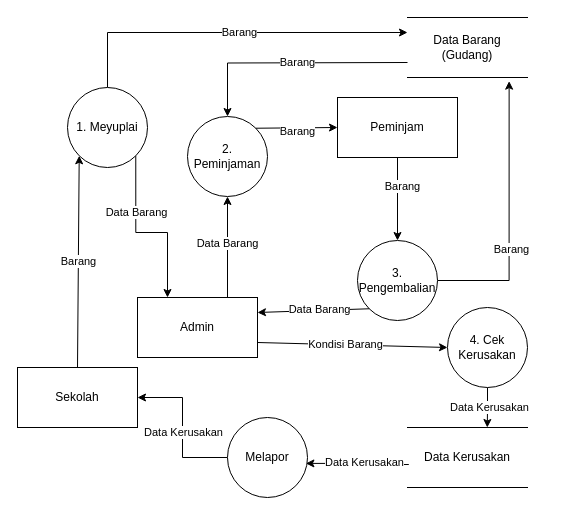
Sacrit38/CPP-Ponggame keeps this draw.io diagram as Untitled Diagram.drawio. Above is the earlier version. Source tidied: cells renumbered, new cells numbered last; positions are measured from the earlier drawing's top-left corner, leaving out a move shared by most shapes. Both pictures are drawn from the tidied source at 100%, with x=0, y=0 at pixel (17, 17).
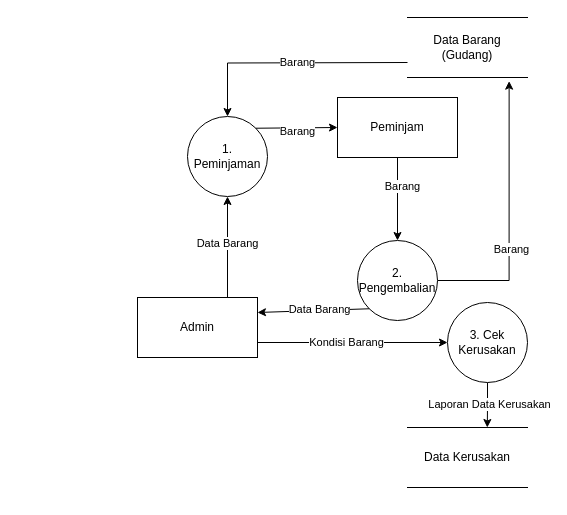
The same diagram, later.

The change refers to these unchanged cells:
```xml
<mxCell id="12" style="edgeStyle=orthogonalEdgeStyle;rounded=0;jettySize=auto;html=1;exitX=0.5;exitY=1;exitDx=0;exitDy=0;entryX=0.665;entryY=0;entryDx=0;entryDy=0;entryPerimeter=0;" parent="1" edge="1" source="14" target="31">
  <mxGeometry relative="1" as="geometry" />
</mxCell>
<mxCell id="20" value="Admin" style="rounded=0;whiteSpace=wrap;html=1;" parent="1" vertex="1">
  <mxGeometry x="120" y="280" width="120" height="60" as="geometry" />
</mxCell>
<mxCell id="30" value="Data Barang (Gudang)" style="shape=partialRectangle;whiteSpace=wrap;html=1;left=0;right=0;fillColor=none;" parent="1" vertex="1">
  <mxGeometry x="390" width="120" height="60" as="geometry" />
</mxCell>
<mxCell id="31" value="Data Kerusakan" style="shape=partialRectangle;whiteSpace=wrap;html=1;left=0;right=0;fillColor=none;" parent="1" vertex="1">
  <mxGeometry x="390" y="410" width="120" height="60" as="geometry" />
</mxCell>
```

Change to the diagram source:
```diff
@@
-    <mxCell id="4" style="edgeStyle=orthogonalEdgeStyle;rounded=0;jettySize=auto;html=1;exitX=0.5;exitY=0;exitDx=0;exitDy=0;entryX=0;entryY=0.25;entryDx=0;entryDy=0;" parent="1" edge="1" source="17" target="30">
-      <mxGeometry relative="1" as="geometry">
-        <Array as="points">
-          <mxPoint x="90" y="15" />
-        </Array>
-      </mxGeometry>
-    </mxCell>
-    <mxCell id="5" value="Barang" style="edgeLabel;html=1;align=center;verticalAlign=middle;" parent="4" vertex="1">
-      <mxGeometry x="0.05" relative="1" as="geometry" />
-    </mxCell>
@@
-    <mxCell id="8" value="2. Peminjaman" style="ellipse;whiteSpace=wrap;html=1;" parent="1" vertex="1">
+    <mxCell id="8" value="1. Peminjaman" style="ellipse;whiteSpace=wrap;html=1;" parent="1" vertex="1">
       <mxGeometry x="170" y="99" width="80" height="80" as="geometry" />
     </mxCell>
@@
-    <mxCell id="11" value="3. Pengembalian" style="ellipse;whiteSpace=wrap;html=1;" parent="1" vertex="1">
+    <mxCell id="11" value="2. Pengembalian" style="ellipse;whiteSpace=wrap;html=1;" parent="1" vertex="1">
       <mxGeometry x="340" y="223" width="80" height="80" as="geometry" />
     </mxCell>
@@
-    <mxCell id="13" value="Data Kerusakan" style="edgeLabel;html=1;align=center;verticalAlign=middle;" parent="12" vertex="1">
+    <mxCell id="13" value="Laporan Data Kerusakan" style="edgeLabel;html=1;align=center;verticalAlign=middle;" parent="12" vertex="1">
       <mxGeometry x="-0.06" y="1" relative="1" as="geometry" />
     </mxCell>
-    <mxCell id="14" value="4. Cek Kerusakan" style="ellipse;whiteSpace=wrap;html=1;" parent="1" vertex="1">
-      <mxGeometry x="430" y="290" width="80" height="80" as="geometry" />
+    <mxCell id="14" value="3. Cek Kerusakan" style="ellipse;whiteSpace=wrap;html=1;" parent="1" vertex="1">
+      <mxGeometry x="430" y="285" width="80" height="80" as="geometry" />
     </mxCell>
-    <mxCell id="15" style="edgeStyle=orthogonalEdgeStyle;rounded=0;jettySize=auto;html=1;exitX=1;exitY=1;exitDx=0;exitDy=0;entryX=0.25;entryY=0;entryDx=0;entryDy=0;" parent="1" edge="1" source="17" target="20">
-      <mxGeometry relative="1" as="geometry" />
-    </mxCell>
-    <mxCell id="16" value="Data Barang" style="edgeLabel;html=1;align=center;verticalAlign=middle;" parent="15" vertex="1">
-      <mxGeometry x="-0.35" relative="1" as="geometry" />
-    </mxCell>
-    <mxCell id="17" value="1. Meyuplai" style="ellipse;whiteSpace=wrap;html=1;" parent="1" vertex="1">
-      <mxGeometry x="50" y="70" width="80" height="80" as="geometry" />
-    </mxCell>
@@
-    <mxCell id="19" value="Sekolah" style="rounded=0;whiteSpace=wrap;html=1;" parent="1" vertex="1">
-      <mxGeometry y="350" width="120" height="60" as="geometry" />
-    </mxCell>
@@
-    <mxCell id="29" value="Barang" style="endArrow=classic;html=1;rounded=0;exitX=0.5;exitY=0;exitDx=0;exitDy=0;entryX=0;entryY=1;entryDx=0;entryDy=0;" parent="1" edge="1" source="19" target="17">
-      <mxGeometry relative="1" as="geometry" />
-    </mxCell>
@@
-    <mxCell id="32" style="edgeStyle=orthogonalEdgeStyle;rounded=0;jettySize=auto;html=1;exitX=0;exitY=0.5;exitDx=0;exitDy=0;entryX=1;entryY=0.5;entryDx=0;entryDy=0;" parent="1" edge="1" source="34" target="19">
-      <mxGeometry relative="1" as="geometry" />
-    </mxCell>
-    <mxCell id="33" value="Data Kerusakan" style="edgeLabel;html=1;align=center;verticalAlign=middle;" parent="32" vertex="1">
-      <mxGeometry x="-0.05" relative="1" as="geometry" />
-    </mxCell>
-    <mxCell id="34" value="Melapor" style="ellipse;whiteSpace=wrap;html=1;" parent="1" vertex="1">
-      <mxGeometry x="210" y="400" width="80" height="80" as="geometry" />
-    </mxCell>
-    <mxCell id="35" style="edgeStyle=orthogonalEdgeStyle;rounded=0;jettySize=auto;html=1;exitX=0.011;exitY=0.617;exitDx=0;exitDy=0;entryX=0.98;entryY=0.574;entryDx=0;entryDy=0;entryPerimeter=0;exitPerimeter=0;" parent="1" edge="1" source="31" target="34">
-      <mxGeometry relative="1" as="geometry" />
-    </mxCell>
-    <mxCell id="36" value="Data Kerusakan" style="edgeLabel;html=1;align=center;verticalAlign=middle;" parent="35" vertex="1">
-      <mxGeometry x="-0.14" y="-3" relative="1" as="geometry" />
-    </mxCell>
```
